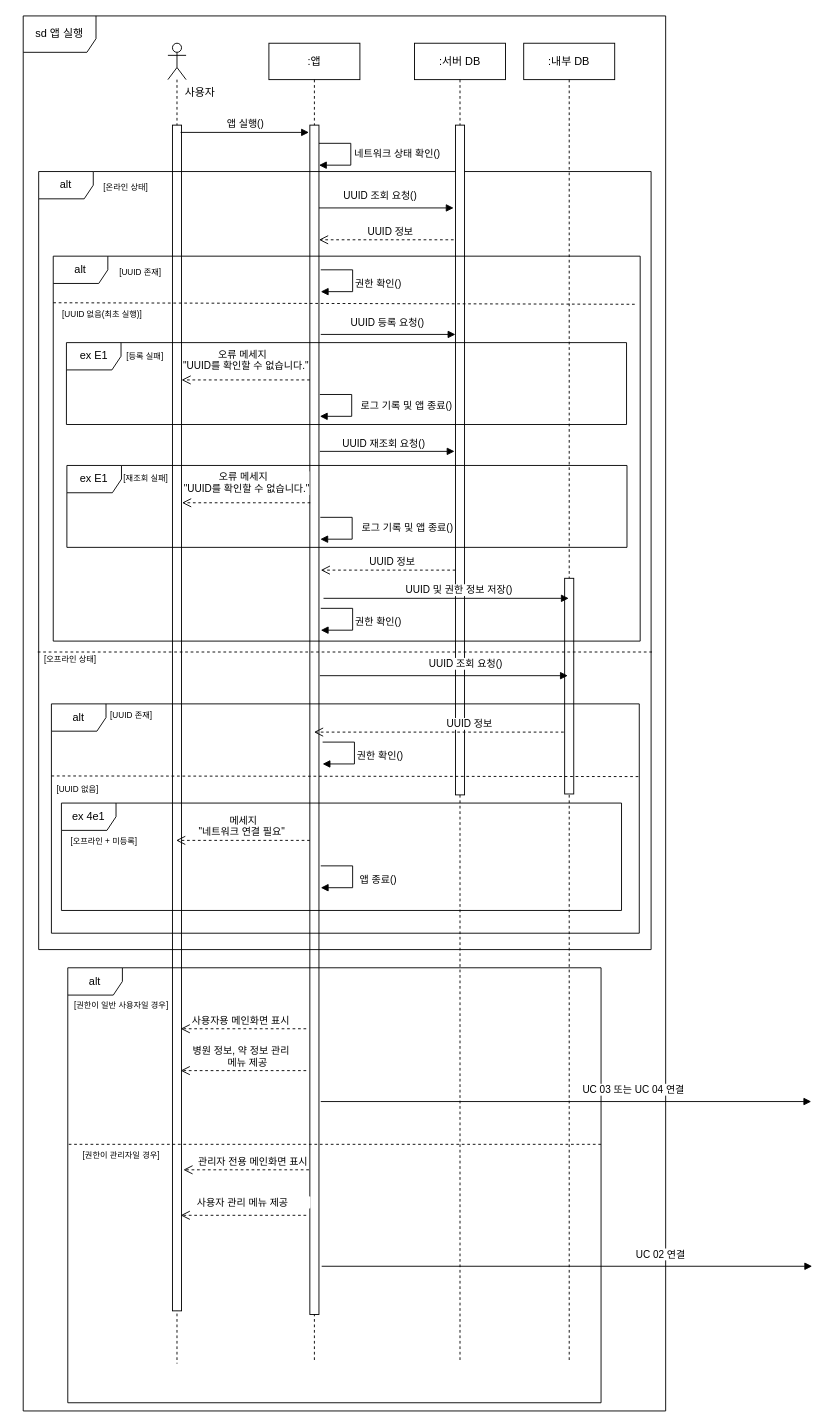
Earlier version of the draw.io diagram page "sd 앱 실행" (2 of 8) of sd.drawio (wnthsk/sejujun). Source tidied: cells renumbered, new cells numbered last; positions are measured from the earlier drawing's top-left corner, leaving out a move shared by most shapes. Both pictures are drawn from the tidied source at 91%, with x=0, y=0 at pixel (15, 15).
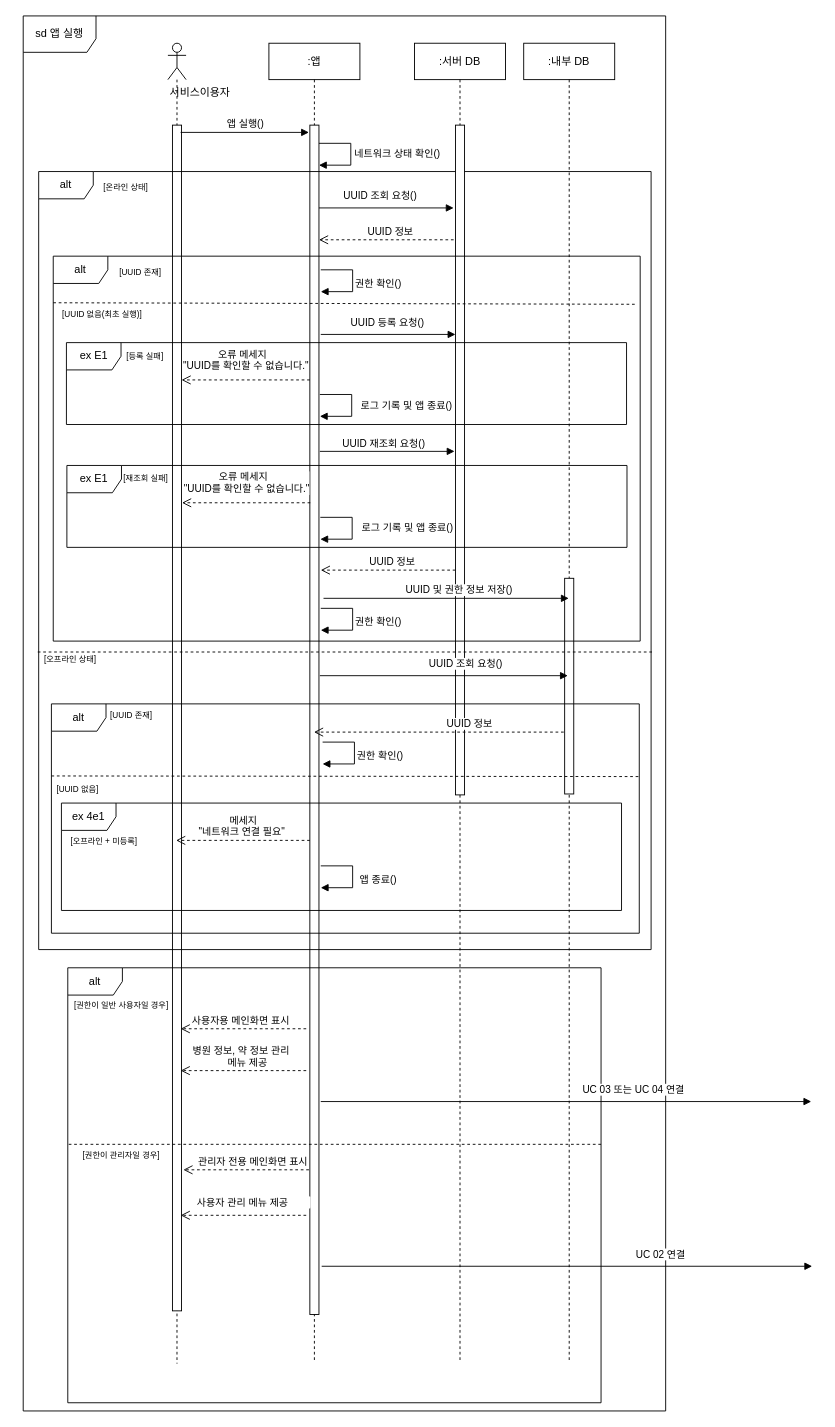
After the change.

What changed in the source:
```diff
@@
-    <mxCell id="4" value="&lt;span style=&quot;font-weight: normal;&quot;&gt;사용자&lt;/span&gt;" style="text;align=center;fontStyle=1;verticalAlign=middle;spacingLeft=3;spacingRight=3;strokeColor=none;html=1;fontSize=12;" parent="1" vertex="1">
+    <mxCell id="4" value="&lt;span style=&quot;font-weight: 400;&quot;&gt;서비스이용자&lt;/span&gt;" style="text;align=center;fontStyle=1;verticalAlign=middle;spacingLeft=3;spacingRight=3;strokeColor=none;html=1;fontSize=12;" parent="1" vertex="1">
       <mxGeometry x="167" y="70" width="70" height="30" as="geometry" />
     </mxCell>
```
